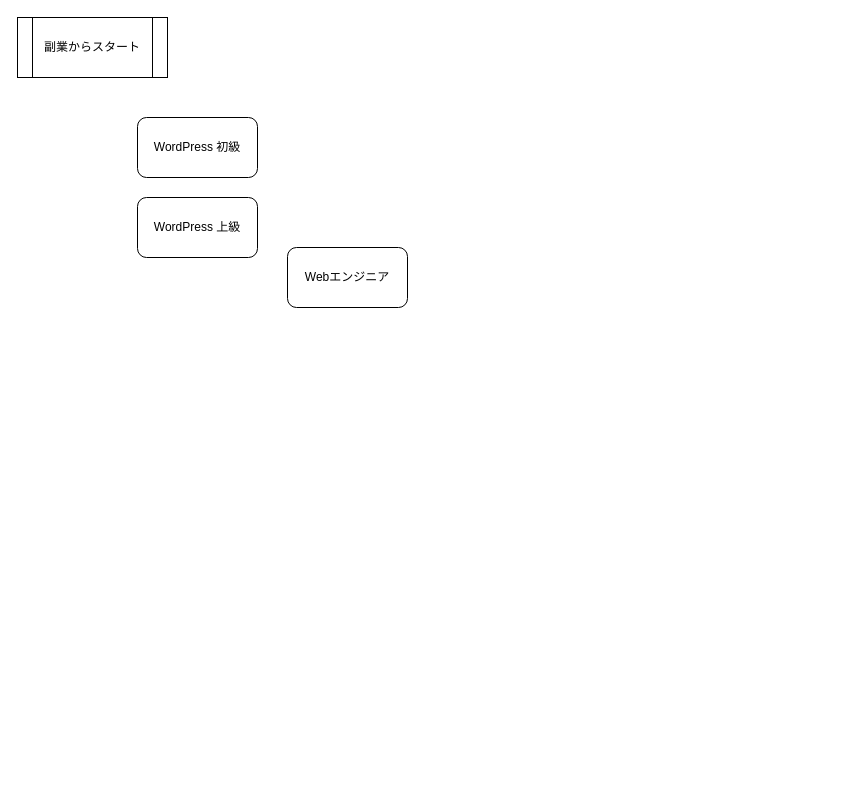
This is Untitled Diagram.drawio from furugen/Drawio, a draw.io file, before an edit. Source tidied: cells renumbered, new cells numbered last; positions are measured from the earlier drawing's top-left corner, leaving out a move shared by most shapes. Both pictures are drawn from the tidied source at 100%, with x=0, y=0 at pixel (17, 17).
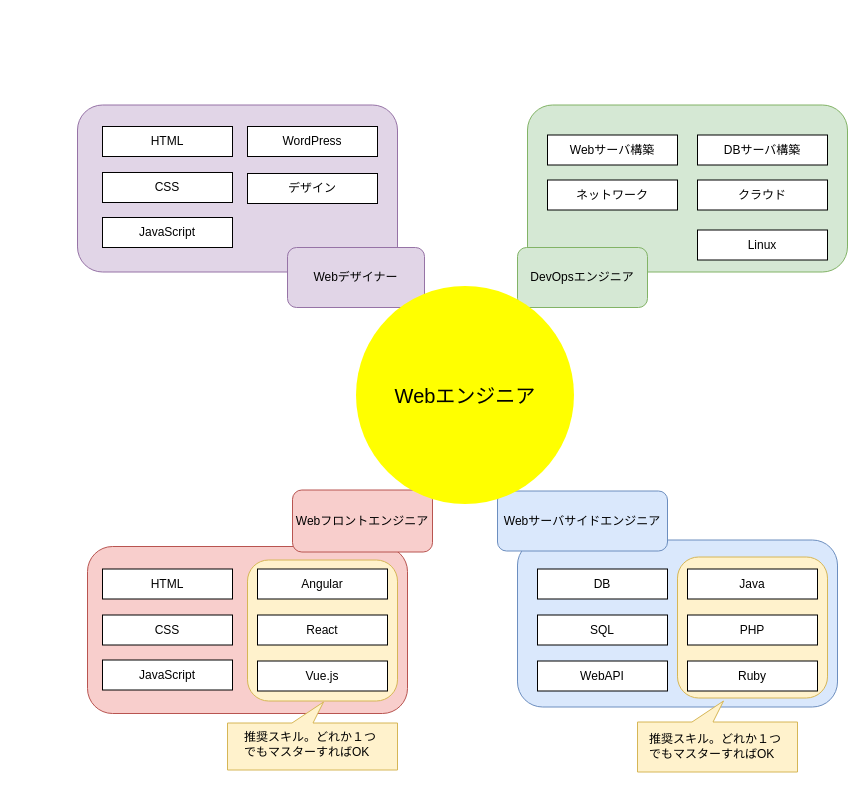
After the change.

The edit, as a diff of the source:
```diff
@@
-    <mxCell id="2" value="WordPress 初級" style="rounded=1;whiteSpace=wrap;html=1;" parent="1" vertex="1">
-      <mxGeometry x="120" y="100" width="120" height="60" as="geometry" />
-    </mxCell>
-    <mxCell id="3" value="副業からスタート" style="shape=process;whiteSpace=wrap;html=1;backgroundOutline=1;" parent="1" vertex="1">
-      <mxGeometry width="150" height="60" as="geometry" />
-    </mxCell>
+    <mxCell id="6" style="rounded=1;whiteSpace=wrap;html=1;strokeColor=#6c8ebf;fillColor=#dae8fc;" parent="1" vertex="1">
+      <mxGeometry x="500" y="522.5" width="320" height="167" as="geometry" />
+    </mxCell>
+    <mxCell id="7" style="rounded=1;whiteSpace=wrap;html=1;strokeColor=#d6b656;fillColor=#fff2cc;" parent="1" vertex="1">
+      <mxGeometry x="660" y="539.5" width="150" height="141" as="geometry" />
+    </mxCell>
+    <mxCell id="8" style="rounded=1;whiteSpace=wrap;html=1;strokeColor=#b85450;fillColor=#f8cecc;" parent="1" vertex="1">
+      <mxGeometry x="70" y="529" width="320" height="167" as="geometry" />
+    </mxCell>
+    <mxCell id="9" style="rounded=1;whiteSpace=wrap;html=1;strokeColor=#d6b656;fillColor=#fff2cc;" parent="1" vertex="1">
+      <mxGeometry x="230" y="542.5" width="150" height="141" as="geometry" />
+    </mxCell>
+    <mxCell id="10" style="rounded=1;whiteSpace=wrap;html=1;strokeColor=#82b366;fillColor=#d5e8d4;" parent="1" vertex="1">
+      <mxGeometry x="510" y="87.5" width="320" height="167" as="geometry" />
+    </mxCell>
+    <mxCell id="11" style="rounded=1;whiteSpace=wrap;html=1;strokeColor=#9673a6;fillColor=#e1d5e7;" parent="1" vertex="1">
+      <mxGeometry x="60" y="87.5" width="320" height="167" as="geometry" />
+    </mxCell>
-    <mxCell id="4" value="Webエンジニア" style="rounded=1;whiteSpace=wrap;html=1;" parent="1" vertex="1">
-      <mxGeometry x="270" y="230" width="120" height="60" as="geometry" />
+    <mxCell id="4" value="Webデザイナー" style="rounded=1;whiteSpace=wrap;html=1;fillColor=#e1d5e7;strokeColor=#9673a6;" parent="1" vertex="1">
+      <mxGeometry x="270" y="230" width="137" height="60" as="geometry" />
     </mxCell>
-    <mxCell id="5" value="WordPress 上級" style="rounded=1;whiteSpace=wrap;html=1;" parent="1" vertex="1">
-      <mxGeometry x="120" y="180" width="120" height="60" as="geometry" />
-    </mxCell>
+    <mxCell id="12" value="&lt;span style=&quot;white-space: normal&quot;&gt;WordPress&lt;/span&gt;" style="rounded=0;whiteSpace=wrap;html=1;" parent="1" vertex="1">
+      <mxGeometry x="230" y="109" width="130" height="30" as="geometry" />
+    </mxCell>
+    <mxCell id="13" value="Webフロントエンジニア" style="rounded=1;whiteSpace=wrap;html=1;fillColor=#f8cecc;strokeColor=#b85450;" parent="1" vertex="1">
+      <mxGeometry x="275" y="472.5" width="140" height="62" as="geometry" />
+    </mxCell>
+    <mxCell id="14" value="Webサーバサイドエンジニア" style="rounded=1;whiteSpace=wrap;html=1;fillColor=#dae8fc;strokeColor=#6c8ebf;" parent="1" vertex="1">
+      <mxGeometry x="480" y="473.5" width="170" height="60" as="geometry" />
+    </mxCell>
+    <mxCell id="15" value="HTML" style="rounded=0;whiteSpace=wrap;html=1;" parent="1" vertex="1">
+      <mxGeometry x="85" y="551.5" width="130" height="30" as="geometry" />
+    </mxCell>
+    <mxCell id="16" value="CSS" style="rounded=0;whiteSpace=wrap;html=1;" parent="1" vertex="1">
+      <mxGeometry x="85" y="597.5" width="130" height="30" as="geometry" />
+    </mxCell>
+    <mxCell id="17" value="JavaScript" style="rounded=0;whiteSpace=wrap;html=1;" parent="1" vertex="1">
+      <mxGeometry x="85" y="642.5" width="130" height="30" as="geometry" />
+    </mxCell>
+    <mxCell id="18" value="Angular" style="rounded=0;whiteSpace=wrap;html=1;" parent="1" vertex="1">
+      <mxGeometry x="240" y="551.5" width="130" height="30" as="geometry" />
+    </mxCell>
+    <mxCell id="19" value="React" style="rounded=0;whiteSpace=wrap;html=1;" parent="1" vertex="1">
+      <mxGeometry x="240" y="597.5" width="130" height="30" as="geometry" />
+    </mxCell>
+    <mxCell id="20" value="Vue.js" style="rounded=0;whiteSpace=wrap;html=1;" parent="1" vertex="1">
+      <mxGeometry x="240" y="643.5" width="130" height="30" as="geometry" />
+    </mxCell>
+    <mxCell id="21" value="DB" style="rounded=0;whiteSpace=wrap;html=1;" parent="1" vertex="1">
+      <mxGeometry x="520" y="551.5" width="130" height="30" as="geometry" />
+    </mxCell>
+    <mxCell id="22" value="SQL" style="rounded=0;whiteSpace=wrap;html=1;" parent="1" vertex="1">
+      <mxGeometry x="520" y="597.5" width="130" height="30" as="geometry" />
+    </mxCell>
+    <mxCell id="23" value="DevOpsエンジニア" style="rounded=1;whiteSpace=wrap;html=1;fillColor=#d5e8d4;strokeColor=#82b366;" parent="1" vertex="1">
+      <mxGeometry x="500" y="230" width="130" height="60" as="geometry" />
+    </mxCell>
+    <mxCell id="24" value="&lt;span style=&quot;white-space: normal&quot;&gt;デザイン&lt;/span&gt;" style="rounded=0;whiteSpace=wrap;html=1;" parent="1" vertex="1">
+      <mxGeometry x="230" y="156" width="130" height="30" as="geometry" />
+    </mxCell>
+    <mxCell id="25" value="WebAPI" style="rounded=0;whiteSpace=wrap;html=1;" parent="1" vertex="1">
+      <mxGeometry x="520" y="643.5" width="130" height="30" as="geometry" />
+    </mxCell>
+    <mxCell id="26" value="Webサーバ構築" style="rounded=0;whiteSpace=wrap;html=1;" parent="1" vertex="1">
+      <mxGeometry x="530" y="117.5" width="130" height="30" as="geometry" />
+    </mxCell>
+    <mxCell id="27" value="ネットワーク" style="rounded=0;whiteSpace=wrap;html=1;" parent="1" vertex="1">
+      <mxGeometry x="530" y="162.5" width="130" height="30" as="geometry" />
+    </mxCell>
+    <mxCell id="28" value="クラウド" style="rounded=0;whiteSpace=wrap;html=1;" parent="1" vertex="1">
+      <mxGeometry x="680" y="162.5" width="130" height="30" as="geometry" />
+    </mxCell>
+    <mxCell id="29" value="HTML" style="rounded=0;whiteSpace=wrap;html=1;" parent="1" vertex="1">
+      <mxGeometry x="85" y="109" width="130" height="30" as="geometry" />
+    </mxCell>
+    <mxCell id="30" value="CSS" style="rounded=0;whiteSpace=wrap;html=1;" parent="1" vertex="1">
+      <mxGeometry x="85" y="155" width="130" height="30" as="geometry" />
+    </mxCell>
+    <mxCell id="31" value="JavaScript" style="rounded=0;whiteSpace=wrap;html=1;" parent="1" vertex="1">
+      <mxGeometry x="85" y="200" width="130" height="30" as="geometry" />
+    </mxCell>
+    <mxCell id="32" value="DBサーバ構築" style="rounded=0;whiteSpace=wrap;html=1;" parent="1" vertex="1">
+      <mxGeometry x="680" y="117.5" width="130" height="30" as="geometry" />
+    </mxCell>
+    <mxCell id="33" value="Java" style="rounded=0;whiteSpace=wrap;html=1;" parent="1" vertex="1">
+      <mxGeometry x="670" y="551.5" width="130" height="30" as="geometry" />
+    </mxCell>
+    <mxCell id="34" style="edgeStyle=orthogonalEdgeStyle;rounded=0;orthogonalLoop=1;jettySize=auto;html=1;exitX=0.5;exitY=1;exitDx=0;exitDy=0;" parent="1" edge="1" source="14" target="14">
+      <mxGeometry relative="1" as="geometry" />
+    </mxCell>
+    <mxCell id="35" value="Linux" style="rounded=0;whiteSpace=wrap;html=1;" parent="1" vertex="1">
+      <mxGeometry x="680" y="212.5" width="130" height="30" as="geometry" />
+    </mxCell>
+    <mxCell id="36" value="PHP" style="rounded=0;whiteSpace=wrap;html=1;" parent="1" vertex="1">
+      <mxGeometry x="670" y="597.5" width="130" height="30" as="geometry" />
+    </mxCell>
+    <mxCell id="37" value="Ruby" style="rounded=0;whiteSpace=wrap;html=1;" parent="1" vertex="1">
+      <mxGeometry x="670" y="643.5" width="130" height="30" as="geometry" />
+    </mxCell>
+    <mxCell id="38" style="whiteSpace=wrap;html=1;shape=mxgraph.basic.rectCallout;dx=95;dy=21;boundedLbl=1;rotation=-180;fillColor=#fff2cc;strokeColor=#d6b656;" parent="1" vertex="1">
+      <mxGeometry x="210" y="684.5" width="170" height="68" as="geometry" />
+    </mxCell>
+    <mxCell id="39" value="推奨スキル。どれか１つでもマスターすればOK" style="text;html=1;strokeColor=none;fillColor=none;align=left;verticalAlign=middle;whiteSpace=wrap;rounded=0;" parent="1" vertex="1">
+      <mxGeometry x="225" y="716.5" width="140" height="20" as="geometry" />
+    </mxCell>
+    <mxCell id="40" style="whiteSpace=wrap;html=1;shape=mxgraph.basic.rectCallout;dx=95;dy=21;boundedLbl=1;rotation=-180;fillColor=#fff2cc;strokeColor=#d6b656;" parent="1" vertex="1">
+      <mxGeometry x="620" y="683.5" width="160" height="71" as="geometry" />
+    </mxCell>
+    <mxCell id="41" value="推奨スキル。どれか１つでもマスターすればOK" style="text;html=1;strokeColor=none;fillColor=none;align=left;verticalAlign=middle;whiteSpace=wrap;rounded=0;" parent="1" vertex="1">
+      <mxGeometry x="630" y="718.5" width="140" height="20" as="geometry" />
+    </mxCell>
+    <mxCell id="42" value="&lt;span style=&quot;white-space: normal&quot;&gt;&lt;font style=&quot;font-size: 20px&quot;&gt;Webエンジニア&lt;/font&gt;&lt;/span&gt;" style="ellipse;whiteSpace=wrap;html=1;fillColor=#FFFF00;strokeColor=none;" parent="1" vertex="1">
+      <mxGeometry x="338.5" y="268.5" width="218" height="218" as="geometry" />
+    </mxCell>
```
